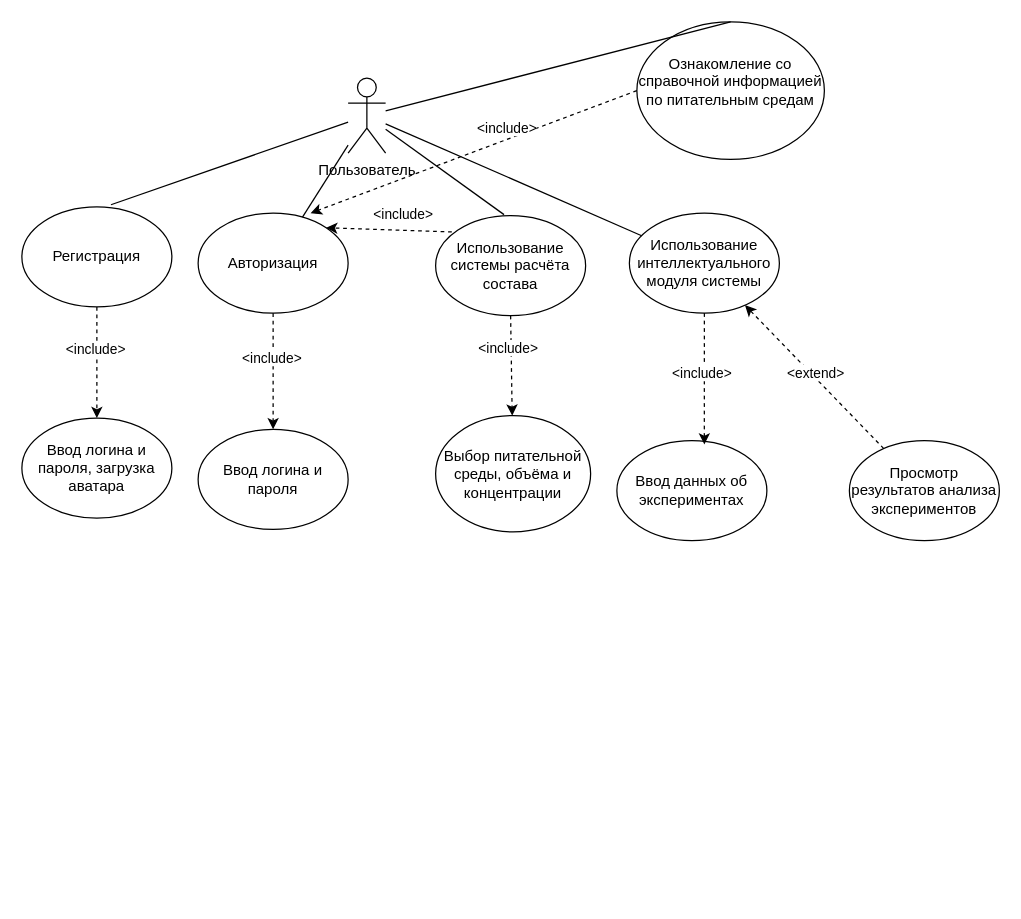
Earlier version of the draw.io diagram use-case_user.drawio (eva01pilot/plant-tissue-diagrams). Source tidied: cells renumbered, new cells numbered last; positions are measured from the earlier drawing's top-left corner, leaving out a move shared by most shapes. Both pictures are drawn from the tidied source at 125%, with x=0, y=0 at pixel (21, 21).
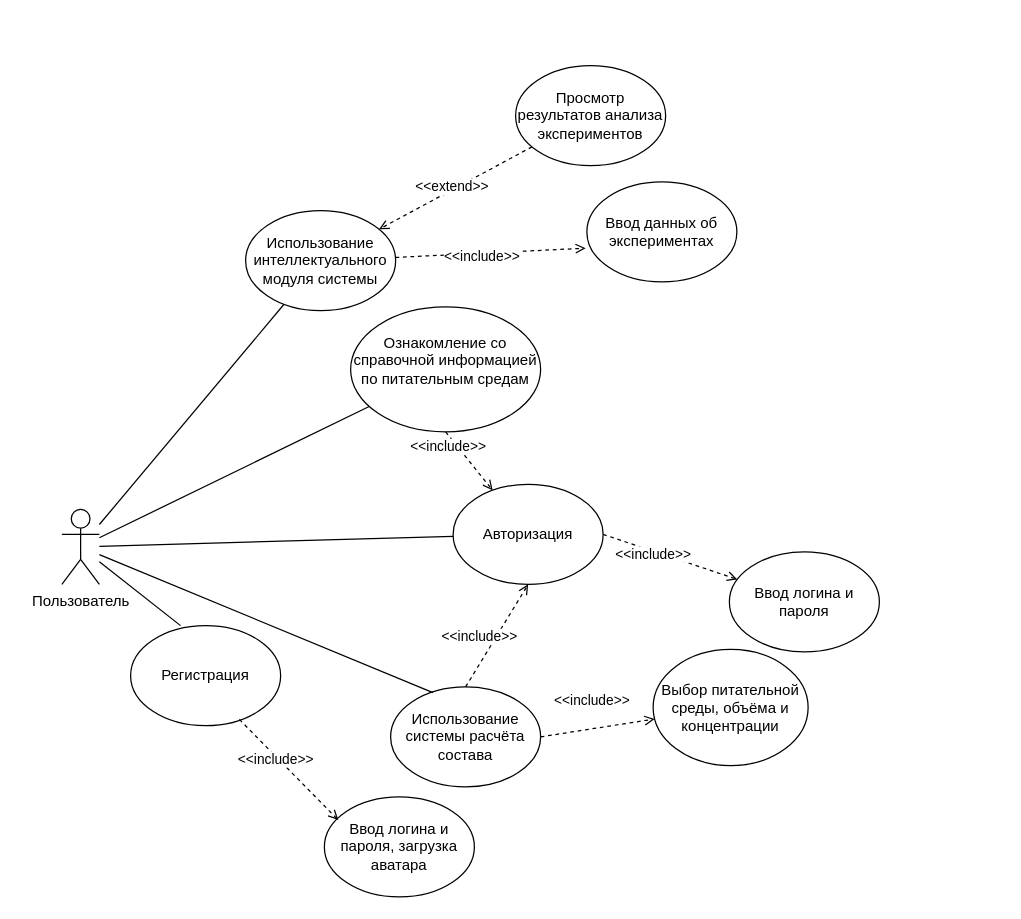
Above is the later version.

Diff of the diagram source:
```diff
@@
     <mxCell id="2" value="Пользователь" style="shape=umlActor;verticalLabelPosition=bottom;verticalAlign=top;html=1;outlineConnect=0;" parent="1" vertex="1">
-      <mxGeometry x="261" y="45" width="30" height="60" as="geometry" />
+      <mxGeometry x="32" y="390" width="30" height="60" as="geometry" />
     </mxCell>
     <mxCell id="3" value="Регистрация" style="ellipse;whiteSpace=wrap;html=1;" parent="1" vertex="1">
-      <mxGeometry y="148" width="120" height="80" as="geometry" />
+      <mxGeometry x="87" y="483" width="120" height="80" as="geometry" />
     </mxCell>
     <mxCell id="4" value="Авторизация" style="ellipse;whiteSpace=wrap;html=1;" parent="1" vertex="1">
-      <mxGeometry x="141" y="153" width="120" height="80" as="geometry" />
+      <mxGeometry x="345" y="370" width="120" height="80" as="geometry" />
     </mxCell>
     <mxCell id="5" value="Использование системы расчёта состава" style="ellipse;whiteSpace=wrap;html=1;" parent="1" vertex="1">
-      <mxGeometry x="331" y="155" width="120" height="80" as="geometry" />
+      <mxGeometry x="295" y="532" width="120" height="80" as="geometry" />
     </mxCell>
-    <mxCell id="6" style="endArrow=none;html=1;rounded=0;exitX=0.594;exitY=-0.021;exitDx=0;exitDy=0;exitPerimeter=0;" parent="1" edge="1" source="3" target="2">
+    <mxCell id="6" style="endArrow=none;html=1;rounded=0;exitX=0.333;exitY=0;exitDx=0;exitDy=0;exitPerimeter=0;" parent="1" edge="1" source="3" target="2">
       <mxGeometry relative="1" as="geometry" />
     </mxCell>
@@
-    <mxCell id="8" style="endArrow=none;html=1;rounded=0;exitX=0.456;exitY=-0.01;exitDx=0;exitDy=0;exitPerimeter=0;" parent="1" edge="1" source="5" target="2">
+    <mxCell id="8" style="endArrow=none;html=1;rounded=0;exitX=0.282;exitY=0.057;exitDx=0;exitDy=0;exitPerimeter=0;" parent="1" edge="1" source="5" target="2">
       <mxGeometry relative="1" as="geometry" />
     </mxCell>
     <mxCell id="9" value="Ввод логина и пароля, загрузка аватара" style="ellipse;whiteSpace=wrap;html=1;" parent="1" vertex="1">
-      <mxGeometry y="317" width="120" height="80" as="geometry" />
+      <mxGeometry x="242" y="620" width="120" height="80" as="geometry" />
     </mxCell>
-    <mxCell id="10" style="endArrow=classic;html=1;rounded=0;exitX=0.5;exitY=1;exitDx=0;exitDy=0;entryX=0.5;entryY=0;entryDx=0;entryDy=0;dashed=1;" parent="1" edge="1" source="3" target="9">
+    <mxCell id="10" style="endArrow=open;html=1;rounded=0;exitX=0.725;exitY=0.938;exitDx=0;exitDy=0;entryX=0.093;entryY=0.232;entryDx=0;entryDy=0;dashed=1;exitPerimeter=0;entryPerimeter=0;endFill=0;" parent="1" edge="1" source="3" target="9">
       <mxGeometry relative="1" as="geometry" />
     </mxCell>
-    <mxCell id="11" value="&amp;lt;include&amp;gt;" style="edgeLabel;html=1;align=center;verticalAlign=middle;" parent="10" vertex="1">
+    <mxCell id="11" value="&amp;lt;&amp;lt;include&amp;gt;&amp;gt;" style="edgeLabel;html=1;align=center;verticalAlign=middle;" parent="10" vertex="1">
       <mxGeometry x="-0.25" y="-2" relative="1" as="geometry" />
     </mxCell>
     <mxCell id="12" value="Ввод логина и пароля" style="ellipse;whiteSpace=wrap;html=1;" parent="1" vertex="1">
-      <mxGeometry x="141" y="326" width="120" height="80" as="geometry" />
+      <mxGeometry x="566" y="424" width="120" height="80" as="geometry" />
     </mxCell>
-    <mxCell id="13" style="endArrow=classic;html=1;rounded=0;exitX=0.5;exitY=1;exitDx=0;exitDy=0;dashed=1;" parent="1" edge="1" source="4" target="12">
+    <mxCell id="13" style="endArrow=open;html=1;rounded=0;exitX=1;exitY=0.5;exitDx=0;exitDy=0;dashed=1;endFill=0;" parent="1" edge="1" source="4" target="12">
       <mxGeometry relative="1" as="geometry" />
     </mxCell>
-    <mxCell id="14" value="&amp;lt;include&amp;gt;" style="edgeLabel;html=1;align=center;verticalAlign=middle;" parent="13" vertex="1">
+    <mxCell id="14" value="&amp;lt;&amp;lt;include&amp;gt;&amp;gt;" style="edgeLabel;html=1;align=center;verticalAlign=middle;" parent="13" vertex="1">
       <mxGeometry x="-0.25" y="-2" relative="1" as="geometry" />
     </mxCell>
     <mxCell id="15" value="&lt;div&gt;Выбор питательной среды, объёма и концентрации&lt;br&gt;&lt;/div&gt;" style="ellipse;whiteSpace=wrap;html=1;" parent="1" vertex="1">
-      <mxGeometry x="331" y="315" width="124" height="93" as="geometry" />
+      <mxGeometry x="505" y="502" width="124" height="93" as="geometry" />
     </mxCell>
-    <mxCell id="16" style="endArrow=classic;html=1;rounded=0;exitX=0.5;exitY=1;exitDx=0;exitDy=0;dashed=1;" parent="1" edge="1" source="5" target="15">
+    <mxCell id="16" style="endArrow=open;html=1;rounded=0;exitX=1;exitY=0.5;exitDx=0;exitDy=0;dashed=1;endFill=0;" parent="1" edge="1" source="5" target="15">
       <mxGeometry relative="1" as="geometry" />
     </mxCell>
-    <mxCell id="17" value="&amp;lt;include&amp;gt;" style="edgeLabel;html=1;align=center;verticalAlign=middle;" parent="16" vertex="1">
-      <mxGeometry x="-0.38" y="-3" relative="1" as="geometry" />
+    <mxCell id="17" value="&amp;lt;&amp;lt;include&amp;gt;&amp;gt;" style="edgeLabel;html=1;align=center;verticalAlign=middle;" parent="16" vertex="1">
+      <mxGeometry x="-0.38" y="-3" relative="1" as="geometry">
+        <mxPoint x="11" y="-28" as="offset" />
+      </mxGeometry>
     </mxCell>
     <mxCell id="18" value="&lt;div&gt;Ознакомление со справочной информацией по питательным средам&lt;/div&gt;&lt;div&gt;&lt;br&gt;&lt;/div&gt;" style="ellipse;whiteSpace=wrap;html=1;" parent="1" vertex="1">
-      <mxGeometry x="492" width="150" height="110" as="geometry" />
+      <mxGeometry x="263" y="228" width="152" height="100" as="geometry" />
     </mxCell>
-    <mxCell id="19" style="endArrow=none;html=1;rounded=0;entryX=0.5;entryY=0;entryDx=0;entryDy=0;" parent="1" edge="1" source="2" target="18">
+    <mxCell id="19" style="endArrow=none;html=1;rounded=0;" parent="1" edge="1" source="2" target="18">
       <mxGeometry relative="1" as="geometry" />
     </mxCell>
-    <mxCell id="20" style="endArrow=classic;html=1;rounded=0;exitX=0.108;exitY=0.163;exitDx=0;exitDy=0;entryX=1;entryY=0;entryDx=0;entryDy=0;dashed=1;exitPerimeter=0;" parent="1" edge="1" source="5" target="4">
+    <mxCell id="20" style="endArrow=open;html=1;rounded=0;exitX=0.5;exitY=0;exitDx=0;exitDy=0;entryX=0.5;entryY=1;entryDx=0;entryDy=0;dashed=1;endFill=0;" parent="1" edge="1" source="5" target="4">
       <mxGeometry relative="1" as="geometry" />
     </mxCell>
-    <mxCell id="21" value="&amp;lt;include&amp;gt;" style="edgeLabel;html=1;align=center;verticalAlign=middle;" parent="20" vertex="1">
+    <mxCell id="21" value="&amp;lt;&amp;lt;include&amp;gt;&amp;gt;" style="edgeLabel;html=1;align=center;verticalAlign=middle;" parent="20" vertex="1">
       <mxGeometry x="-0.34" relative="1" as="geometry">
         <mxPoint x="-6" y="-13" as="offset" />
       </mxGeometry>
     </mxCell>
-    <mxCell id="22" style="rounded=0;jettySize=auto;html=1;entryX=0.75;entryY=0;entryDx=0;entryDy=0;entryPerimeter=0;dashed=1;exitX=0;exitY=0.5;exitDx=0;exitDy=0;" parent="1" edge="1" source="18" target="4">
+    <mxCell id="22" style="rounded=0;jettySize=auto;html=1;dashed=1;exitX=0.5;exitY=1;exitDx=0;exitDy=0;endArrow=open;endFill=0;" parent="1" edge="1" source="18" target="4">
       <mxGeometry relative="1" as="geometry" />
     </mxCell>
-    <mxCell id="23" value="&amp;lt;include&amp;gt;" style="edgeLabel;html=1;align=center;verticalAlign=middle;" parent="22" vertex="1">
+    <mxCell id="23" value="&amp;lt;&amp;lt;include&amp;gt;&amp;gt;" style="edgeLabel;html=1;align=center;verticalAlign=middle;" parent="22" vertex="1">
       <mxGeometry x="-0.29" relative="1" as="geometry">
         <mxPoint x="-12" y="-5" as="offset" />
       </mxGeometry>
     </mxCell>
-    <mxCell id="24" style="rounded=0;jettySize=auto;html=1;dashed=1;" parent="1" edge="1" source="31" target="26">
+    <mxCell id="24" style="rounded=0;jettySize=auto;html=1;dashed=1;endArrow=open;endFill=0;" parent="1" edge="1" source="31" target="26">
       <mxGeometry relative="1" as="geometry" />
     </mxCell>
-    <mxCell id="25" value="&amp;lt;extend&amp;gt;" style="edgeLabel;html=1;align=center;verticalAlign=middle;" parent="24" vertex="1">
+    <mxCell id="25" value="&amp;lt;&amp;lt;extend&amp;gt;&amp;gt;" style="edgeLabel;html=1;align=center;verticalAlign=middle;" parent="24" vertex="1">
       <mxGeometry x="0.03" y="-3" relative="1" as="geometry" />
     </mxCell>
     <mxCell id="26" value="Использование интеллектуального модуля системы" style="ellipse;whiteSpace=wrap;html=1;" parent="1" vertex="1">
-      <mxGeometry x="486" y="153" width="120" height="80" as="geometry" />
+      <mxGeometry x="179" y="151" width="120" height="80" as="geometry" />
     </mxCell>
@@
     <mxCell id="28" value="Ввод данных об экспериментах" style="ellipse;whiteSpace=wrap;html=1;" parent="1" vertex="1">
-      <mxGeometry x="476" y="335" width="120" height="80" as="geometry" />
+      <mxGeometry x="452" y="128" width="120" height="80" as="geometry" />
     </mxCell>
-    <mxCell id="29" style="edgeStyle=orthogonalEdgeStyle;rounded=0;jettySize=auto;html=1;entryX=0.583;entryY=0.038;entryDx=0;entryDy=0;entryPerimeter=0;dashed=1;" parent="1" edge="1" source="26" target="28">
+    <mxCell id="29" style="rounded=0;jettySize=auto;html=1;entryX=-0.008;entryY=0.663;entryDx=0;entryDy=0;entryPerimeter=0;dashed=1;endArrow=open;endFill=0;" parent="1" edge="1" source="26" target="28">
       <mxGeometry relative="1" as="geometry" />
     </mxCell>
-    <mxCell id="30" value="&amp;lt;include&amp;gt;" style="edgeLabel;html=1;align=center;verticalAlign=middle;" parent="29" vertex="1">
+    <mxCell id="30" value="&amp;lt;&amp;lt;include&amp;gt;&amp;gt;" style="edgeLabel;html=1;align=center;verticalAlign=middle;" parent="29" vertex="1">
       <mxGeometry x="-0.09" y="-2" relative="1" as="geometry" />
     </mxCell>
     <mxCell id="31" value="Просмотр результатов анализа экспериментов" style="ellipse;whiteSpace=wrap;html=1;" parent="1" vertex="1">
-      <mxGeometry x="662" y="335" width="120" height="80" as="geometry" />
+      <mxGeometry x="395" y="35" width="120" height="80" as="geometry" />
     </mxCell>
```
